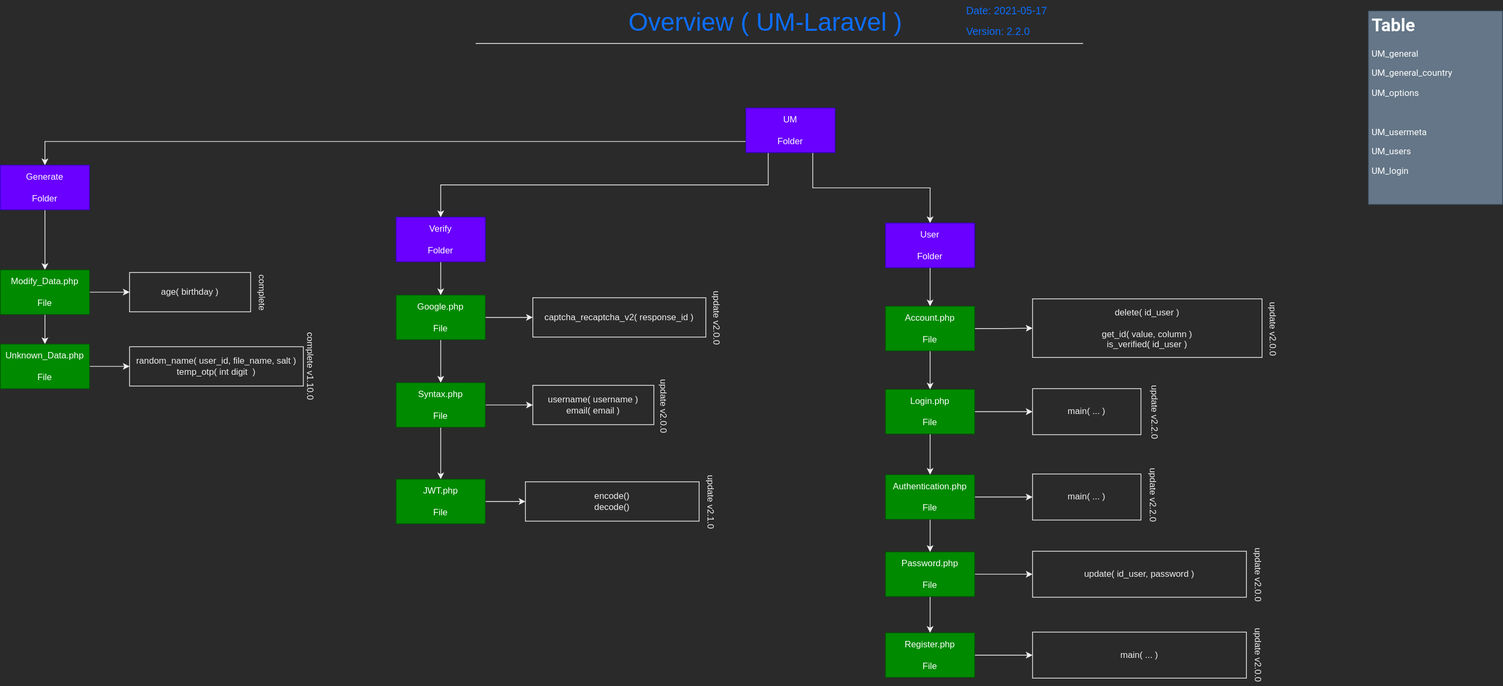
Before: Docs/main.svg, a diagram exported from draw.io (imithu/UM). Source tidied: cells renumbered, new cells last; positions are measured from the earlier drawing's top-left corner, leaving out a move shared by most shapes.
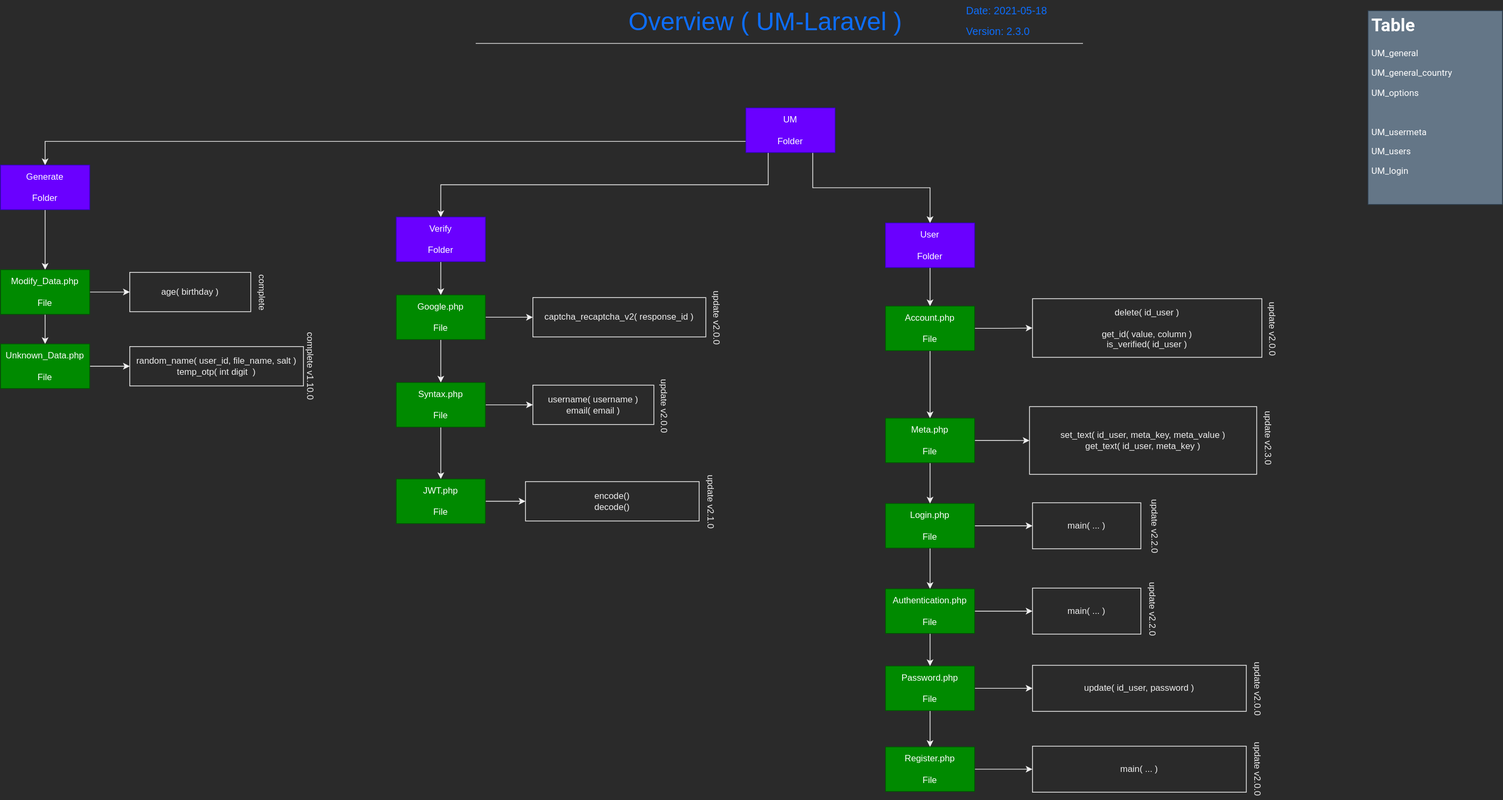
Above is the later version.

Change to the diagram source:
```diff
@@ -8,7 +8,7 @@
     <mxCell id="3" value="Overview ( UM-Laravel )" style="text;html=1;strokeColor=none;fillColor=none;align=center;verticalAlign=middle;whiteSpace=wrap;labelBackgroundColor=none;fontSize=34;fontColor=#0d6efd;" parent="2" vertex="1">
       <mxGeometry x="194" y="1.5" width="393" height="55" as="geometry" />
     </mxCell>
-    <mxCell id="4" value="Date: 2021-05-17" style="text;html=1;strokeColor=none;fillColor=none;align=left;verticalAlign=middle;whiteSpace=wrap;labelBackgroundColor=none;fontSize=14;fontColor=#0d6efd;" parent="2" vertex="1">
+    <mxCell id="4" value="Date: 2021-05-18" style="text;html=1;strokeColor=none;fillColor=none;align=left;verticalAlign=middle;whiteSpace=wrap;labelBackgroundColor=none;fontSize=14;fontColor=#0d6efd;" parent="2" vertex="1">
       <mxGeometry x="659" y="1" width="147" height="25" as="geometry" />
     </mxCell>
     <mxCell id="5" style="endArrow=none;html=1;fontSize=14;fontColor=#0d6efd;" parent="2" edge="1">
@@ -17,7 +17,7 @@
         <mxPoint x="818" y="58" as="targetPoint" />
       </mxGeometry>
     </mxCell>
-    <mxCell id="6" value="Version: 2.2.0" style="text;html=1;strokeColor=none;fillColor=none;align=left;verticalAlign=middle;whiteSpace=wrap;labelBackgroundColor=none;fontSize=14;fontColor=#0d6efd;" parent="2" vertex="1">
+    <mxCell id="6" value="Version: 2.3.0" style="text;html=1;strokeColor=none;fillColor=none;align=left;verticalAlign=middle;whiteSpace=wrap;labelBackgroundColor=none;fontSize=14;fontColor=#0d6efd;" parent="2" vertex="1">
       <mxGeometry x="659" y="32" width="132" height="20" as="geometry" />
     </mxCell>
     <mxCell id="7" style="edgeStyle=orthogonalEdgeStyle;rounded=0;jettySize=auto;html=1;exitX=0.25;exitY=1;exitDx=0;exitDy=0;" parent="1" edge="1" source="10" target="29">
@@ -41,9 +41,9 @@
     <mxCell id="13" style="edgeStyle=orthogonalEdgeStyle;rounded=0;jettySize=auto;html=1;exitX=1;exitY=0.5;exitDx=0;exitDy=0;" parent="1" edge="1" source="15" target="16">
       <mxGeometry relative="1" as="geometry" />
     </mxCell>
-    <mxCell id="14" style="edgeStyle=orthogonalEdgeStyle;rounded=0;jettySize=auto;html=1;exitX=0.5;exitY=1;exitDx=0;exitDy=0;entryX=0.5;entryY=0;entryDx=0;entryDy=0;" parent="1" edge="1" source="15" target="19">
-      <mxGeometry relative="1" as="geometry" />
-    </mxCell>
+    <mxCell id="65" style="edgeStyle=orthogonalEdgeStyle;rounded=0;jettySize=auto;html=1;exitX=0.5;exitY=1;exitDx=0;exitDy=0;" parent="1" edge="1" source="15" target="68">
+      <mxGeometry relative="1" as="geometry" />
+    </mxCell>
     <mxCell id="15" value="Account.php&lt;br&gt;&lt;br&gt;File" style="rounded=0;whiteSpace=wrap;html=1;fillColor=#008a00;strokeColor=#005700;fontColor=#ffffff;" parent="1" vertex="1">
       <mxGeometry x="1192" y="412" width="120" height="60" as="geometry" />
     </mxCell>
@@ -57,10 +57,10 @@
       <mxGeometry relative="1" as="geometry" />
     </mxCell>
     <mxCell id="19" value="Login.php&lt;br&gt;&lt;br&gt;File" style="rounded=0;whiteSpace=wrap;html=1;fillColor=#008a00;strokeColor=#005700;fontColor=#ffffff;" parent="1" vertex="1">
-      <mxGeometry x="1192" y="524" width="120" height="60" as="geometry" />
+      <mxGeometry x="1192" y="678" width="120" height="60" as="geometry" />
     </mxCell>
     <mxCell id="20" value="main( ... )" style="rounded=0;whiteSpace=wrap;html=1;" parent="1" vertex="1">
-      <mxGeometry x="1390" y="523" width="146" height="62" as="geometry" />
+      <mxGeometry x="1390" y="677" width="146" height="62" as="geometry" />
     </mxCell>
     <mxCell id="21" style="edgeStyle=orthogonalEdgeStyle;rounded=0;jettySize=auto;html=1;exitX=1;exitY=0.5;exitDx=0;exitDy=0;" parent="1" edge="1" source="23" target="24">
       <mxGeometry relative="1" as="geometry" />
@@ -69,19 +69,19 @@
       <mxGeometry relative="1" as="geometry" />
     </mxCell>
     <mxCell id="23" value="Password.php&lt;br&gt;&lt;br&gt;File" style="rounded=0;whiteSpace=wrap;html=1;fillColor=#008a00;strokeColor=#005700;fontColor=#ffffff;" parent="1" vertex="1">
-      <mxGeometry x="1192" y="743" width="120" height="60" as="geometry" />
+      <mxGeometry x="1192" y="897" width="120" height="60" as="geometry" />
     </mxCell>
     <mxCell id="24" value="update( id_user, password )" style="rounded=0;whiteSpace=wrap;html=1;" parent="1" vertex="1">
-      <mxGeometry x="1390" y="742" width="288" height="62" as="geometry" />
+      <mxGeometry x="1390" y="896" width="288" height="62" as="geometry" />
     </mxCell>
     <mxCell id="25" style="edgeStyle=orthogonalEdgeStyle;rounded=0;jettySize=auto;html=1;exitX=1;exitY=0.5;exitDx=0;exitDy=0;" parent="1" edge="1" source="26" target="27">
       <mxGeometry relative="1" as="geometry" />
     </mxCell>
     <mxCell id="26" value="Register.php&lt;br&gt;&lt;br&gt;File" style="rounded=0;whiteSpace=wrap;html=1;fillColor=#008a00;strokeColor=#005700;fontColor=#ffffff;" parent="1" vertex="1">
-      <mxGeometry x="1192" y="852" width="120" height="60" as="geometry" />
+      <mxGeometry x="1192" y="1006" width="120" height="60" as="geometry" />
     </mxCell>
     <mxCell id="27" value="main( ... )" style="rounded=0;whiteSpace=wrap;html=1;" parent="1" vertex="1">
-      <mxGeometry x="1390" y="851" width="288" height="62" as="geometry" />
+      <mxGeometry x="1390" y="1005" width="288" height="62" as="geometry" />
     </mxCell>
     <mxCell id="28" style="edgeStyle=orthogonalEdgeStyle;rounded=0;jettySize=auto;html=1;exitX=0.5;exitY=1;exitDx=0;exitDy=0;" parent="1" edge="1" source="29" target="32">
       <mxGeometry relative="1" as="geometry" />
@@ -147,22 +147,22 @@
       <mxGeometry relative="1" as="geometry" />
     </mxCell>
     <mxCell id="49" value="Authentication.php&lt;br&gt;&lt;br&gt;File" style="rounded=0;whiteSpace=wrap;html=1;fillColor=#008a00;strokeColor=#005700;fontColor=#ffffff;" parent="1" vertex="1">
-      <mxGeometry x="1192" y="639" width="120" height="60" as="geometry" />
+      <mxGeometry x="1192" y="793" width="120" height="60" as="geometry" />
     </mxCell>
     <mxCell id="50" value="main( ... )" style="rounded=0;whiteSpace=wrap;html=1;" parent="1" vertex="1">
-      <mxGeometry x="1390" y="638" width="146" height="62" as="geometry" />
+      <mxGeometry x="1390" y="792" width="146" height="62" as="geometry" />
     </mxCell>
     <mxCell id="51" value="update v2.2.0" style="text;html=1;align=center;verticalAlign=middle;rotation=90;" parent="1" vertex="1">
-      <mxGeometry x="1513" y="545" width="83" height="18" as="geometry" />
+      <mxGeometry x="1513" y="699" width="83" height="18" as="geometry" />
     </mxCell>
     <mxCell id="52" value="update v2.2.0" style="text;html=1;align=center;verticalAlign=middle;rotation=90;" parent="1" vertex="1">
-      <mxGeometry x="1511" y="656.5" width="83" height="18" as="geometry" />
+      <mxGeometry x="1511" y="810.5" width="83" height="18" as="geometry" />
     </mxCell>
     <mxCell id="53" value="update v2.0.0" style="text;html=1;align=center;verticalAlign=middle;rotation=90;" parent="1" vertex="1">
-      <mxGeometry x="1652" y="764" width="83" height="18" as="geometry" />
+      <mxGeometry x="1652" y="918" width="83" height="18" as="geometry" />
     </mxCell>
     <mxCell id="54" value="update v2.0.0" style="text;html=1;align=center;verticalAlign=middle;rotation=90;" parent="1" vertex="1">
-      <mxGeometry x="1652" y="872" width="83" height="18" as="geometry" />
+      <mxGeometry x="1652" y="1026" width="83" height="18" as="geometry" />
     </mxCell>
     <mxCell id="55" value="complete" style="text;html=1;align=center;verticalAlign=middle;rotation=90;" parent="1" vertex="1">
       <mxGeometry x="323" y="384" width="59" height="18" as="geometry" />
@@ -194,5 +194,20 @@
     <mxCell id="64" value="&lt;h1&gt;&lt;font face=&quot;Roboto&quot;&gt;Table&lt;/font&gt;&lt;/h1&gt;&lt;p&gt;&lt;font face=&quot;Roboto&quot;&gt;UM_general&lt;/font&gt;&lt;/p&gt;&lt;p&gt;&lt;font face=&quot;Roboto&quot;&gt;UM_general_country&lt;/font&gt;&lt;/p&gt;&lt;p&gt;&lt;font face=&quot;Roboto&quot;&gt;UM_options&lt;/font&gt;&lt;/p&gt;&lt;p&gt;&lt;font face=&quot;Roboto&quot;&gt;&lt;br&gt;&lt;/font&gt;&lt;/p&gt;&lt;p&gt;&lt;font face=&quot;Roboto&quot;&gt;UM_usermeta&lt;/font&gt;&lt;/p&gt;&lt;p&gt;&lt;font face=&quot;Roboto&quot;&gt;UM_users&lt;/font&gt;&lt;/p&gt;&lt;p&gt;&lt;font face=&quot;Roboto&quot;&gt;UM_login&lt;/font&gt;&lt;/p&gt;" style="text;html=1;fillColor=#647687;spacing=5;spacingTop=-20;whiteSpace=wrap;overflow=hidden;rounded=0;shadow=0;glass=0;sketch=0;strokeColor=#314354;fontColor=#ffffff;" parent="1" vertex="1">
       <mxGeometry x="1842" y="14" width="181" height="261" as="geometry" />
     </mxCell>
+    <mxCell id="66" style="edgeStyle=orthogonalEdgeStyle;rounded=0;jettySize=auto;html=1;exitX=1;exitY=0.5;exitDx=0;exitDy=0;" parent="1" edge="1" source="68" target="69">
+      <mxGeometry relative="1" as="geometry" />
+    </mxCell>
+    <mxCell id="67" style="edgeStyle=orthogonalEdgeStyle;rounded=0;jettySize=auto;html=1;exitX=0.5;exitY=1;exitDx=0;exitDy=0;" parent="1" edge="1" source="68" target="19">
+      <mxGeometry relative="1" as="geometry" />
+    </mxCell>
+    <mxCell id="68" value="Meta.php&lt;br&gt;&lt;br&gt;File" style="rounded=0;whiteSpace=wrap;html=1;fillColor=#008a00;strokeColor=#005700;fontColor=#ffffff;" parent="1" vertex="1">
+      <mxGeometry x="1192" y="563" width="120" height="60" as="geometry" />
+    </mxCell>
+    <mxCell id="69" value="set_text( id_user, meta_key, meta_value )&lt;br&gt;get_text( id_user, meta_key )" style="rounded=0;whiteSpace=wrap;html=1;" parent="1" vertex="1">
+      <mxGeometry x="1386" y="547.4" width="306" height="91.2" as="geometry" />
+    </mxCell>
+    <mxCell id="70" value="update v2.3.0" style="text;html=1;align=center;verticalAlign=middle;rotation=90;" parent="1" vertex="1">
+      <mxGeometry x="1666" y="580" width="83" height="18" as="geometry" />
+    </mxCell>
   </root>
 </mxGraphModel>
```
